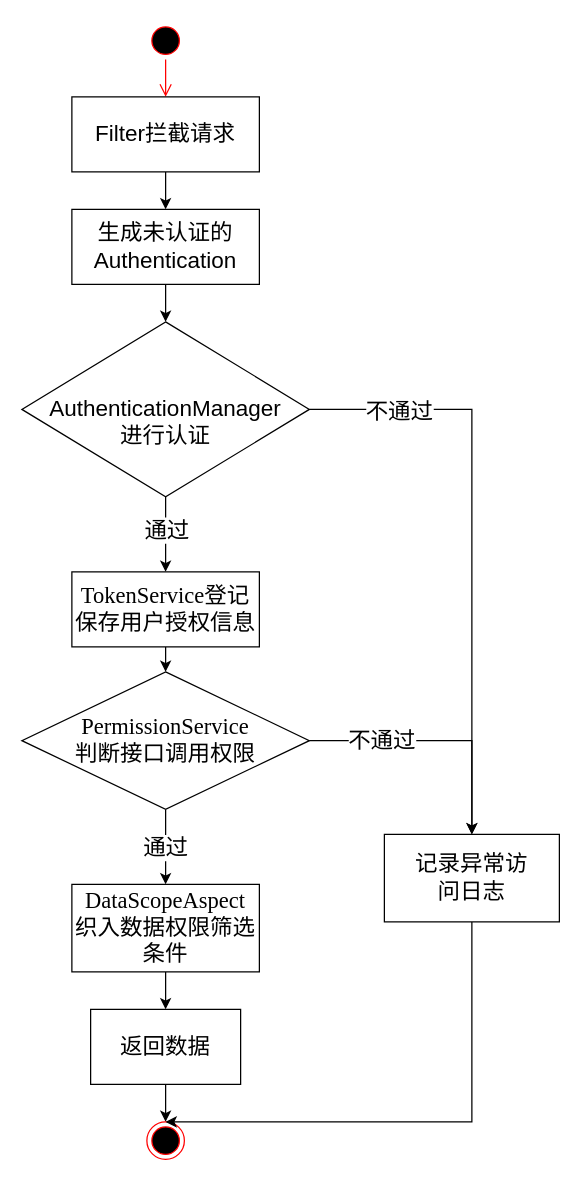
The draw.io diagram page "数据权限控制流程图" (23 of 32) of wbooking docs/进区预约系统.drawio in sxc-one/e-conitl, before the edit. Source tidied: cells renumbered, new cells numbered last; positions are measured from the earlier drawing's top-left corner, leaving out a move shared by most shapes. Both pictures are drawn from the tidied source at 125%, with x=0, y=0 at pixel (21, 21).
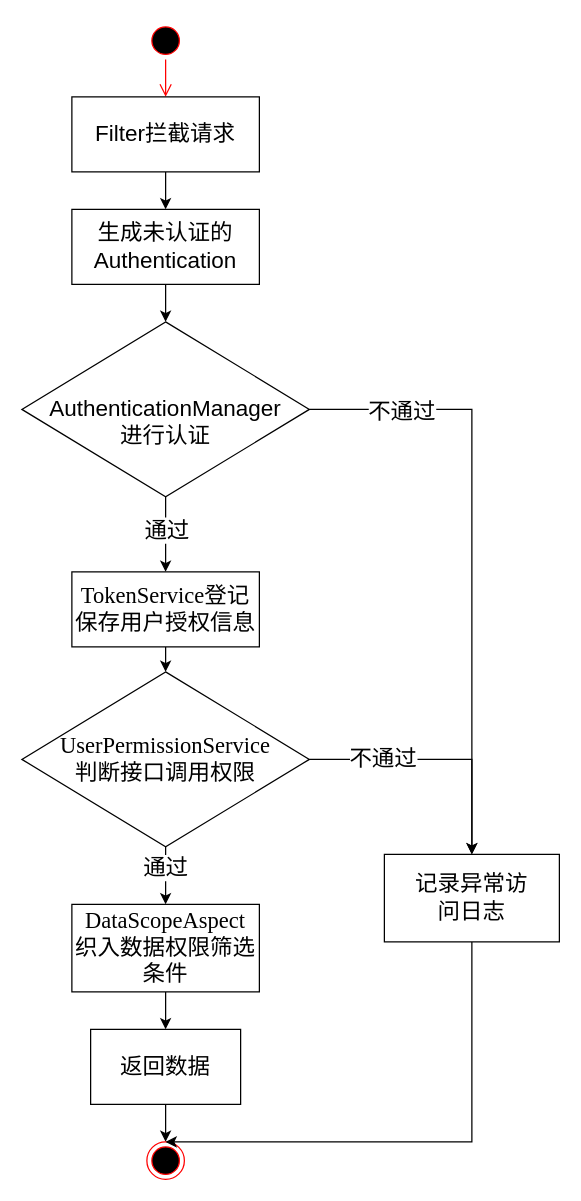
Above is the later version.

Commit message:
更新进区预约系统.drawio

What changed in the source:
```diff
@@
-    <mxCell id="15" style="edgeStyle=none;rounded=0;jettySize=auto;html=1;fontSize=18;" parent="1" edge="1" source="17" target="19">
-      <mxGeometry relative="1" as="geometry" />
+    <mxCell id="15" style="edgeStyle=none;rounded=0;jettySize=auto;html=1;fontSize=18;" parent="1" edge="1" target="19">
+      <mxGeometry relative="1" as="geometry">
+        <mxPoint x="115" y="646" as="sourcePoint" />
+      </mxGeometry>
     </mxCell>
@@
-    <mxCell id="17" value="&lt;a style=&quot;text-align: start;&quot; name=&quot;OLE_LINK259&quot;&gt;&lt;span style=&quot;font-family: &amp;quot;Times New Roman&amp;quot;, serif;&quot; lang=&quot;EN-US&quot;&gt;&lt;font style=&quot;font-size: 18px;&quot;&gt;PermissionService&lt;br&gt;判断接口调用权限&lt;/font&gt;&lt;/span&gt;&lt;/a&gt;" style="rhombus;whiteSpace=wrap;html=1;fontSize=18;fillColor=#FFFFFF;rounded=0;" parent="1" vertex="1">
-      <mxGeometry y="520" width="230" height="110" as="geometry" />
+    <mxCell id="17" value="&lt;a style=&quot;text-align: start;&quot; name=&quot;OLE_LINK259&quot;&gt;&lt;span style=&quot;font-family: &amp;quot;Times New Roman&amp;quot;, serif;&quot; lang=&quot;EN-US&quot;&gt;&lt;font style=&quot;font-size: 18px;&quot;&gt;UserPermissionService&lt;br&gt;判断接口调用权限&lt;/font&gt;&lt;/span&gt;&lt;/a&gt;" style="rhombus;whiteSpace=wrap;html=1;fontSize=18;fillColor=#FFFFFF;rounded=0;" parent="1" vertex="1">
+      <mxGeometry y="520" width="230" height="140" as="geometry" />
     </mxCell>
@@
     <mxCell id="19" value="&lt;a style=&quot;text-align: start;&quot; name=&quot;OLE_LINK260&quot;&gt;&lt;/a&gt;&lt;a style=&quot;text-align: start;&quot; name=&quot;OLE_LINK261&quot;&gt;&lt;span style=&quot;font-family: &amp;quot;Times New Roman&amp;quot;, serif;&quot; lang=&quot;EN-US&quot;&gt;&lt;font style=&quot;font-size: 18px;&quot;&gt;DataScopeAspect&lt;br&gt;织入数据权限筛选条件&lt;br&gt;&lt;/font&gt;&lt;/span&gt;&lt;/a&gt;&lt;span style=&quot;font-size: medium; text-align: start;&quot;&gt;&lt;/span&gt;" style="whiteSpace=wrap;html=1;fontSize=18;fillColor=#FFFFFF;rounded=0;" parent="1" vertex="1">
-      <mxGeometry x="40" y="690" width="150" height="70" as="geometry" />
+      <mxGeometry x="40" y="706" width="150" height="70" as="geometry" />
     </mxCell>
@@
     <mxCell id="21" value="返回数据" style="whiteSpace=wrap;html=1;fontSize=18;fillColor=#FFFFFF;rounded=0;" parent="1" vertex="1">
-      <mxGeometry x="55" y="790" width="120" height="60" as="geometry" />
+      <mxGeometry x="55" y="806" width="120" height="60" as="geometry" />
     </mxCell>
     <mxCell id="22" style="ellipse;html=1;shape=endState;fillColor=#000000;strokeColor=#ff0000;fontSize=18;" parent="1" vertex="1">
-      <mxGeometry x="100" y="880" width="30" height="30" as="geometry" />
+      <mxGeometry x="100" y="896" width="30" height="30" as="geometry" />
     </mxCell>
     <mxCell id="23" value="记录异常访&lt;br&gt;问日志" style="whiteSpace=wrap;html=1;fontSize=18;fillColor=#FFFFFF;rounded=0;" parent="1" vertex="1">
-      <mxGeometry x="290" y="650" width="140" height="70" as="geometry" />
+      <mxGeometry x="290" y="666" width="140" height="70" as="geometry" />
     </mxCell>
     <mxCell id="24" style="endArrow=classic;html=1;rounded=0;fontSize=18;exitX=1;exitY=0.5;exitDx=0;exitDy=0;entryX=0.5;entryY=0;entryDx=0;entryDy=0;" parent="1" edge="1" source="17" target="23">
       <mxGeometry relative="1" as="geometry">
         <Array as="points">
-          <mxPoint x="360" y="575" />
+          <mxPoint x="360" y="590" />
         </Array>
       </mxGeometry>
     </mxCell>
@@
     <mxCell id="26" style="endArrow=classic;html=1;rounded=0;fontSize=18;exitX=0.5;exitY=1;exitDx=0;exitDy=0;entryX=0.5;entryY=0;entryDx=0;entryDy=0;" parent="1" edge="1" source="23" target="22">
       <mxGeometry relative="1" as="geometry">
         <Array as="points">
-          <mxPoint x="360" y="880" />
+          <mxPoint x="360" y="896" />
         </Array>
       </mxGeometry>
     </mxCell>
```
